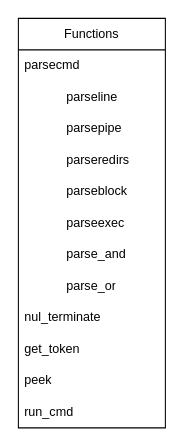
0bvim/minishell keeps this draw.io diagram as page "Functions" (6 of 10) of minishell.drawio. Above is the earlier version. Source tidied: cells renumbered, new cells numbered last; positions are measured from the earlier drawing's top-left corner, leaving out a move shared by most shapes. Both pictures are drawn from the tidied source at 105%, with x=0, y=0 at pixel (18, 18).
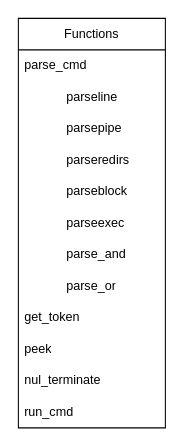
Above is the later version.

Diff of the diagram source:
```diff
@@
 <mxGraphModel>
   <root>
     <mxCell id="0" />
     <mxCell id="1" parent="0" />
     <mxCell id="2" value="Functions" style="swimlane;fontStyle=0;horizontal=1;startSize=30;whiteSpace=wrap;html=1;" parent="1" vertex="1">
       <mxGeometry width="140" height="390" as="geometry" />
     </mxCell>
-    <mxCell id="3" value="parsecmd" style="text;strokeColor=none;fillColor=none;align=left;verticalAlign=middle;spacingLeft=4;spacingRight=4;overflow=hidden;whiteSpace=wrap;html=1;" parent="2" vertex="1">
+    <mxCell id="3" value="parse_cmd" style="text;strokeColor=none;fillColor=none;align=left;verticalAlign=middle;spacingLeft=4;spacingRight=4;overflow=hidden;whiteSpace=wrap;html=1;" parent="2" vertex="1">
       <mxGeometry y="30" width="140" height="30" as="geometry" />
     </mxCell>
     <mxCell id="4" value="&lt;blockquote style=&quot;margin: 0 0 0 40px; border: none; padding: 0px;&quot;&gt;parseline&lt;/blockquote&gt;" style="text;strokeColor=none;fillColor=none;align=left;verticalAlign=middle;spacingLeft=4;spacingRight=4;overflow=hidden;whiteSpace=wrap;html=1;" parent="2" vertex="1">
       <mxGeometry y="60" width="140" height="30" as="geometry" />
     </mxCell>
     <mxCell id="5" value="&lt;blockquote style=&quot;margin: 0 0 0 40px; border: none; padding: 0px;&quot;&gt;parsepipe&lt;/blockquote&gt;" style="text;strokeColor=none;fillColor=none;align=left;verticalAlign=middle;spacingLeft=4;spacingRight=4;overflow=hidden;whiteSpace=wrap;html=1;" parent="2" vertex="1">
       <mxGeometry y="90" width="140" height="30" as="geometry" />
     </mxCell>
     <mxCell id="6" value="&lt;blockquote style=&quot;margin: 0 0 0 40px; border: none; padding: 0px;&quot;&gt;parseredirs&lt;/blockquote&gt;" style="text;strokeColor=none;fillColor=none;align=left;verticalAlign=middle;spacingLeft=4;spacingRight=4;overflow=hidden;whiteSpace=wrap;html=1;" parent="2" vertex="1">
       <mxGeometry y="120" width="140" height="30" as="geometry" />
     </mxCell>
     <mxCell id="7" value="&lt;blockquote style=&quot;margin: 0 0 0 40px; border: none; padding: 0px;&quot;&gt;parseblock&lt;/blockquote&gt;" style="text;strokeColor=none;fillColor=none;align=left;verticalAlign=middle;spacingLeft=4;spacingRight=4;overflow=hidden;whiteSpace=wrap;html=1;" parent="2" vertex="1">
       <mxGeometry y="150" width="140" height="30" as="geometry" />
     </mxCell>
     <mxCell id="8" value="&lt;blockquote style=&quot;margin: 0 0 0 40px; border: none; padding: 0px;&quot;&gt;parseexec&lt;/blockquote&gt;" style="text;strokeColor=none;fillColor=none;align=left;verticalAlign=middle;spacingLeft=4;spacingRight=4;overflow=hidden;whiteSpace=wrap;html=1;" parent="2" vertex="1">
       <mxGeometry y="180" width="140" height="30" as="geometry" />
     </mxCell>
     <mxCell id="9" value="&lt;blockquote style=&quot;margin: 0 0 0 40px; border: none; padding: 0px;&quot;&gt;parse_and&lt;/blockquote&gt;" style="text;strokeColor=none;fillColor=none;align=left;verticalAlign=middle;spacingLeft=4;spacingRight=4;overflow=hidden;whiteSpace=wrap;html=1;" parent="2" vertex="1">
       <mxGeometry y="210" width="140" height="30" as="geometry" />
     </mxCell>
     <mxCell id="10" value="&lt;blockquote style=&quot;margin: 0 0 0 40px; border: none; padding: 0px;&quot;&gt;parse_or&lt;/blockquote&gt;" style="text;strokeColor=none;fillColor=none;align=left;verticalAlign=middle;spacingLeft=4;spacingRight=4;overflow=hidden;whiteSpace=wrap;html=1;" parent="2" vertex="1">
       <mxGeometry y="240" width="140" height="30" as="geometry" />
     </mxCell>
-    <mxCell id="11" value="nul_terminate" style="text;strokeColor=none;fillColor=none;align=left;verticalAlign=middle;spacingLeft=4;spacingRight=4;overflow=hidden;whiteSpace=wrap;html=1;" parent="2" vertex="1">
-      <mxGeometry y="270" width="140" height="30" as="geometry" />
-    </mxCell>
     <mxCell id="12" value="get_token" style="text;strokeColor=none;fillColor=none;align=left;verticalAlign=middle;spacingLeft=4;spacingRight=4;overflow=hidden;whiteSpace=wrap;html=1;" parent="2" vertex="1">
-      <mxGeometry y="300" width="140" height="30" as="geometry" />
+      <mxGeometry y="270" width="140" height="30" as="geometry" />
     </mxCell>
     <mxCell id="13" value="peek" style="text;strokeColor=none;fillColor=none;align=left;verticalAlign=middle;spacingLeft=4;spacingRight=4;overflow=hidden;whiteSpace=wrap;html=1;" parent="2" vertex="1">
-      <mxGeometry y="330" width="140" height="30" as="geometry" />
+      <mxGeometry y="300" width="140" height="30" as="geometry" />
     </mxCell>
+    <mxCell id="11" value="nul_terminate" style="text;strokeColor=none;fillColor=none;align=left;verticalAlign=middle;spacingLeft=4;spacingRight=4;overflow=hidden;whiteSpace=wrap;html=1;" parent="2" vertex="1">
+      <mxGeometry y="330" width="140" height="30" as="geometry" />
+    </mxCell>
     <mxCell id="14" value="run_cmd" style="text;strokeColor=none;fillColor=none;align=left;verticalAlign=middle;spacingLeft=4;spacingRight=4;overflow=hidden;whiteSpace=wrap;html=1;" parent="2" vertex="1">
       <mxGeometry y="360" width="140" height="30" as="geometry" />
     </mxCell>
   </root>
 </mxGraphModel>
```
